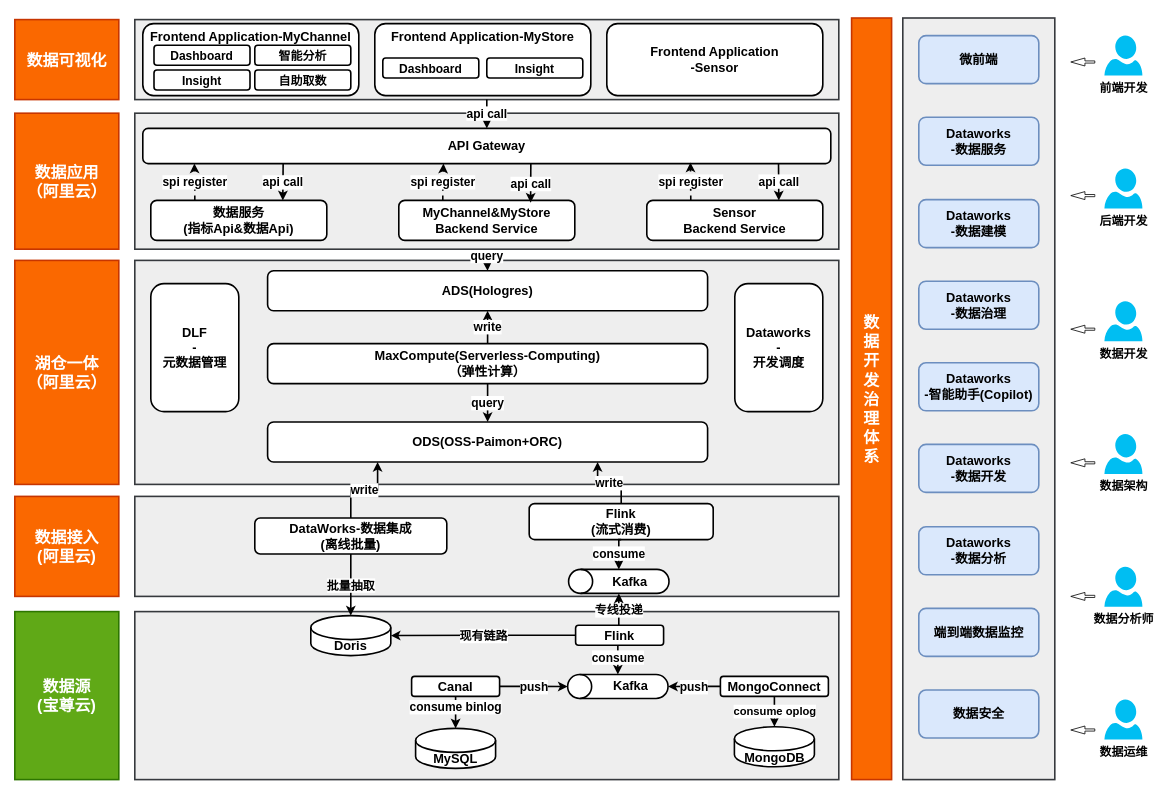
The draw.io diagram page "Apple-future-architecture-pitch2" (14 of 18) of indicator-platform.drawio in jackie-thank/beego-authz, before the edit. Source tidied: cells renumbered, new cells numbered last; positions are measured from the earlier drawing's top-left corner, leaving out a move shared by most shapes. Both pictures are drawn from the tidied source at 80%, with x=0, y=0 at pixel (14, 18).
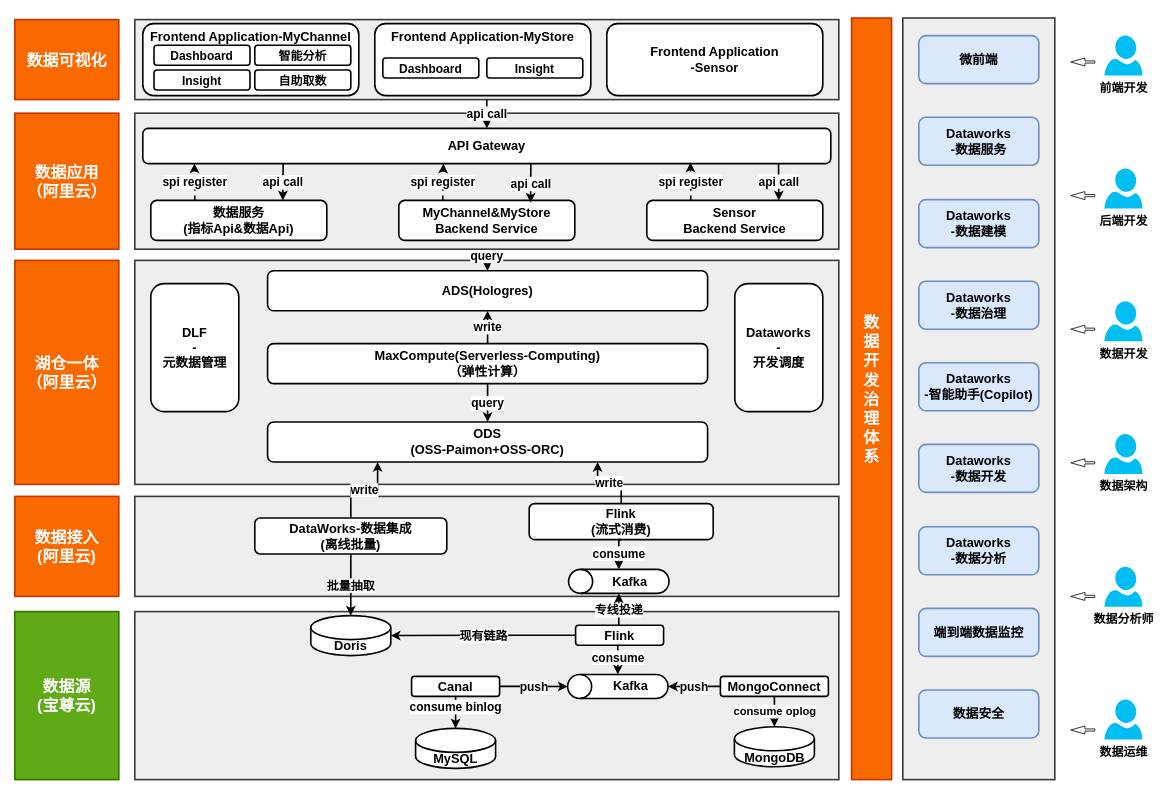
The same diagram, later.

What changed in the source:
```diff
@@
-    <mxCell id="6" value="&lt;div&gt;ODS(OSS-Paimon+ORC)&lt;/div&gt;" style="rounded=1;whiteSpace=wrap;html=1;strokeWidth=2;fontSize=16;fontStyle=1;" parent="1" vertex="1">
+    <mxCell id="6" value="&lt;div&gt;ODS&lt;/div&gt;&lt;div&gt;(OSS-Paimon+OSS-ORC)&lt;/div&gt;" style="rounded=1;whiteSpace=wrap;html=1;strokeWidth=2;fontSize=16;fontStyle=1;" parent="1" vertex="1">
       <mxGeometry x="316" y="505" width="550" height="50" as="geometry" />
     </mxCell>
```
